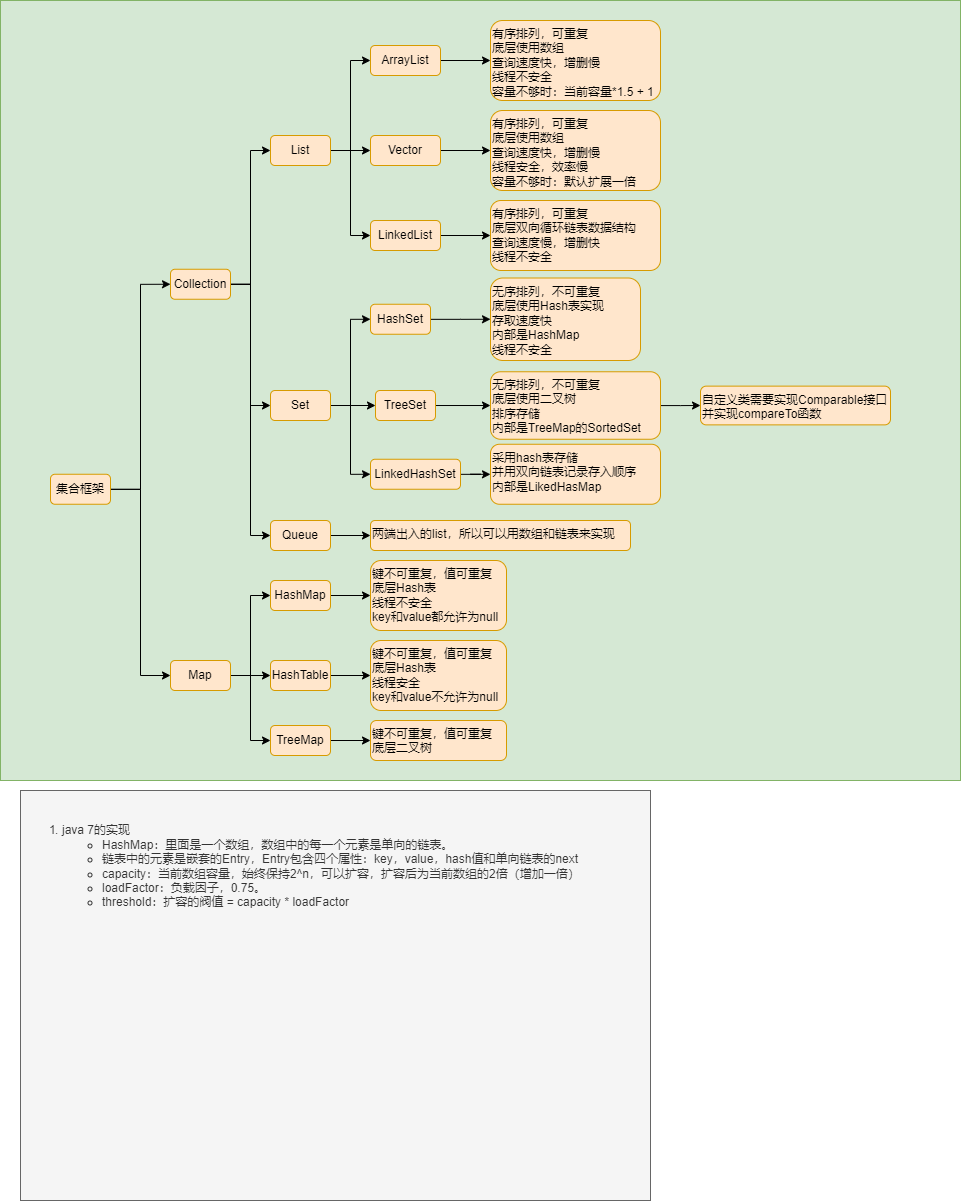
Before: java/Java集合.png, a diagram exported from draw.io (lore-study/java-picture-bed). Source tidied: cells renumbered, new cells last; positions are measured from the earlier drawing's top-left corner, leaving out a move shared by most shapes.
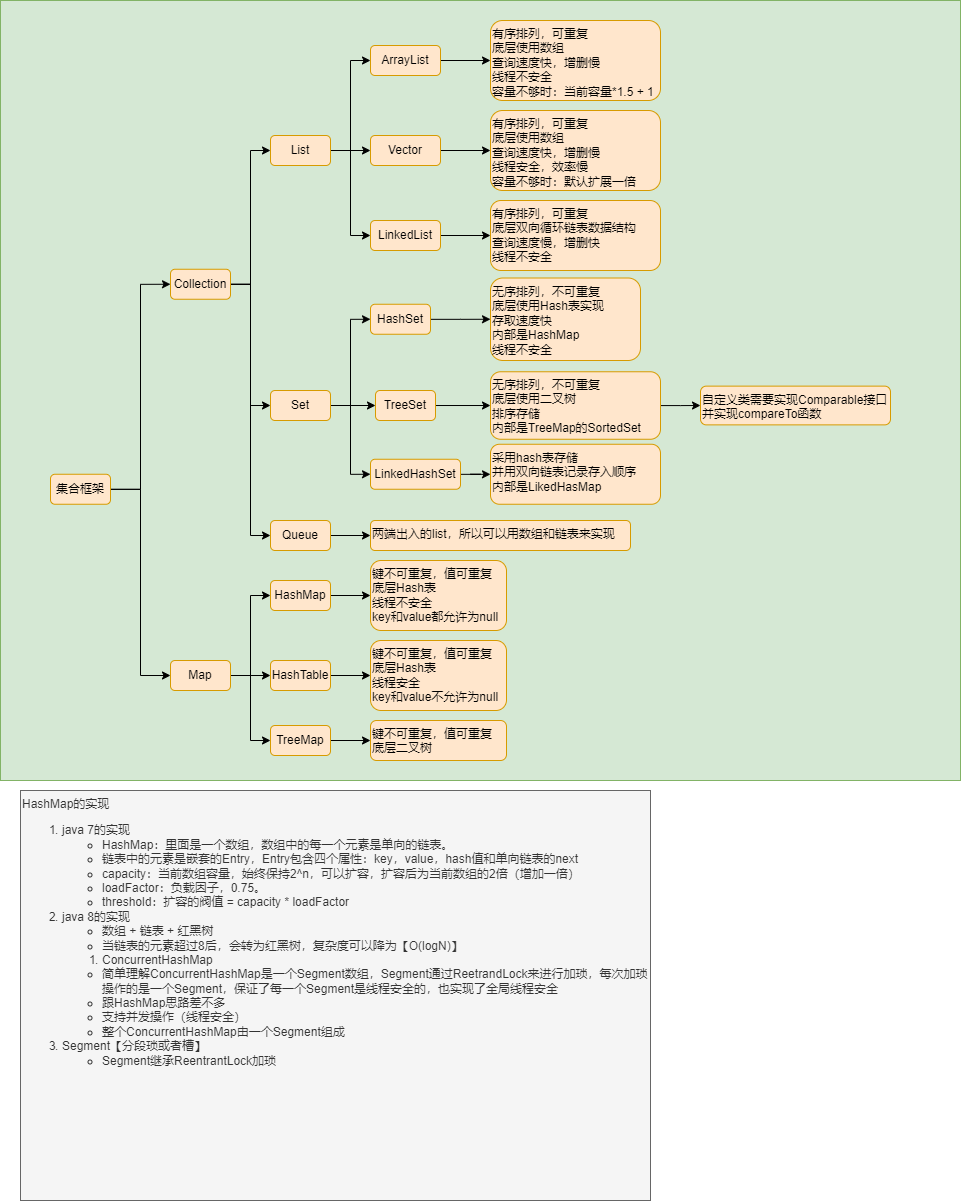
Above is the later version.

Diff of the diagram source:
```diff
@@ -158,7 +158,7 @@
     <mxCell id="53" value="自定义类需要实现Comparable接口&lt;br&gt;并实现compareTo函数" style="rounded=1;whiteSpace=wrap;html=1;fillColor=#ffe6cc;strokeColor=#d79b00;align=left;verticalAlign=top;" parent="1" vertex="1">
       <mxGeometry x="700" y="385.6" width="190" height="38.8" as="geometry" />
     </mxCell>
-    <mxCell id="54" value="&lt;br&gt;&lt;ol&gt;&lt;li&gt;java 7的实现&lt;/li&gt;&lt;ul&gt;&lt;li&gt;&lt;span&gt;HashMap：里面是一个数组，数组中的每一个元素是单向的链表。&lt;/span&gt;&lt;/li&gt;&lt;li&gt;链表中的元素是嵌套的Entry，Entry包含四个属性：key，value，hash值和单向链表的next&lt;/li&gt;&lt;li&gt;capacity：当前数组容量，始终保持2^n，可以扩容，扩容后为当前数组的2倍（增加一倍）&lt;/li&gt;&lt;li&gt;loadFactor：负载因子，0.75。&lt;/li&gt;&lt;li&gt;threshold：扩容的阀值 = capacity * loadFactor&lt;/li&gt;&lt;/ul&gt;&lt;/ol&gt;" style="rounded=0;whiteSpace=wrap;html=1;fillColor=#f5f5f5;fontColor=#333333;strokeColor=#666666;align=left;verticalAlign=top;" parent="1" vertex="1">
+    <mxCell id="54" value="HashMap的实现&lt;br&gt;&lt;ol&gt;&lt;li&gt;java 7的实现&lt;/li&gt;&lt;ul&gt;&lt;li&gt;&lt;span&gt;HashMap：里面是一个数组，数组中的每一个元素是单向的链表。&lt;/span&gt;&lt;/li&gt;&lt;li&gt;链表中的元素是嵌套的Entry，Entry包含四个属性：key，value，hash值和单向链表的next&lt;/li&gt;&lt;li&gt;capacity：当前数组容量，始终保持2^n，可以扩容，扩容后为当前数组的2倍（增加一倍）&lt;/li&gt;&lt;li&gt;loadFactor：负载因子，0.75。&lt;/li&gt;&lt;li&gt;threshold：扩容的阀值 = capacity * loadFactor&lt;/li&gt;&lt;/ul&gt;&lt;li&gt;java 8的实现&lt;/li&gt;&lt;ul&gt;&lt;li&gt;数组 + 链表 + 红黑树&lt;/li&gt;&lt;li&gt;当链表的元素超过8后，会转为红黑树，复杂度可以降为【O(logN)】&lt;/li&gt;&lt;/ul&gt;&lt;ol&gt;&lt;li&gt;ConcurrentHashMap&lt;/li&gt;&lt;/ol&gt;&lt;ul&gt;&lt;li&gt;&lt;span&gt;简单理解ConcurrentHashMap是一个Segment数组，Segment通过ReetrandLock来进行加琐，每次加琐操作的是一个Segment，保证了每一个Segment是线程安全的，也实现了全局线程安全&lt;/span&gt;&lt;/li&gt;&lt;li&gt;跟HashMap思路差不多&lt;/li&gt;&lt;li&gt;支持并发操作（线程安全）&lt;/li&gt;&lt;li&gt;整个ConcurrentHashMap由一个Segment组成&lt;/li&gt;&lt;/ul&gt;&lt;ol&gt;&lt;/ol&gt;&lt;li&gt;&lt;span&gt;Segment【分段琐或者槽】&lt;/span&gt;&lt;/li&gt;&lt;ul&gt;&lt;li&gt;&lt;span&gt;Segment继承ReentrantLock加琐&lt;/span&gt;&lt;/li&gt;&lt;/ul&gt;&lt;/ol&gt;" style="rounded=0;whiteSpace=wrap;html=1;fillColor=#f5f5f5;fontColor=#333333;strokeColor=#666666;align=left;verticalAlign=top;" parent="1" vertex="1">
       <mxGeometry x="20" y="790" width="630" height="410" as="geometry" />
     </mxCell>
   </root>
```
